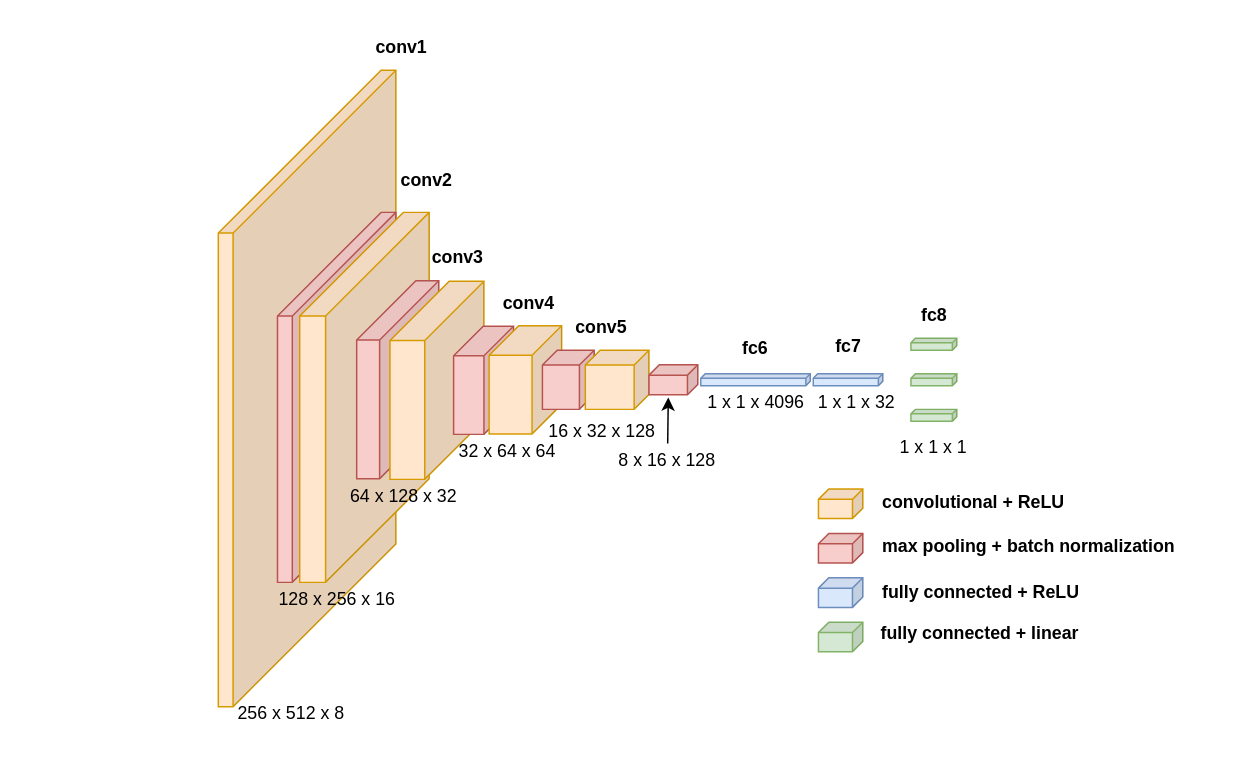
Before: vgg16_xml.drawio in ShuaiMeng0601/Neural-Network-Architecture-Diagrams, a draw.io diagram. Source tidied: cells renumbered, new cells numbered last; positions are measured from the earlier drawing's top-left corner, leaving out a move shared by most shapes. Both pictures are drawn from the tidied source at 148%, with x=0, y=0 at pixel (218, 25).
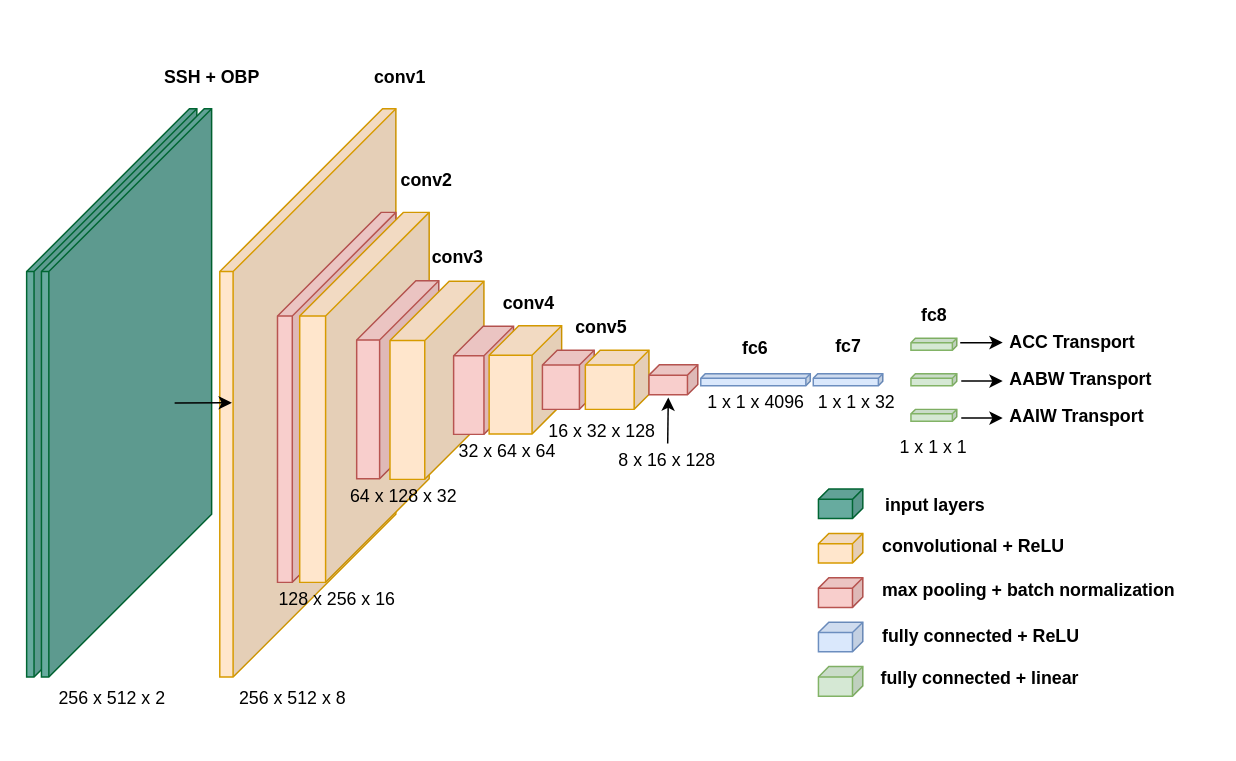
Above is the later version.

Change to the diagram source:
```diff
@@
     <mxCell id="2" style="shape=cube;whiteSpace=wrap;html=1;boundedLbl=1;backgroundOutline=1;darkOpacity=0.05;darkOpacity2=0.1;size=110;direction=east;flipH=1;fillColor=#ffe6cc;strokeColor=#d79b00;" parent="1" vertex="1">
-      <mxGeometry y="30" width="120" height="430" as="geometry" />
+      <mxGeometry x="1" y="56" width="119" height="384" as="geometry" />
     </mxCell>
@@
     <mxCell id="14" style="shape=cube;whiteSpace=wrap;html=1;boundedLbl=1;backgroundOutline=1;darkOpacity=0.05;darkOpacity2=0.1;size=7;direction=east;flipH=1;fillColor=#ffe6cc;strokeColor=#d79b00;" parent="1" vertex="1">
-      <mxGeometry x="405.5" y="312.9" width="30" height="20" as="geometry" />
+      <mxGeometry x="405.5" y="342.9" width="30" height="20" as="geometry" />
     </mxCell>
     <mxCell id="15" style="shape=cube;whiteSpace=wrap;html=1;boundedLbl=1;backgroundOutline=1;darkOpacity=0.05;darkOpacity2=0.1;size=7;direction=east;flipH=1;fillColor=#f8cecc;strokeColor=#b85450;" parent="1" vertex="1">
-      <mxGeometry x="405.5" y="342.9" width="30" height="20" as="geometry" />
+      <mxGeometry x="405.5" y="372.9" width="30" height="20" as="geometry" />
     </mxCell>
     <mxCell id="16" style="shape=cube;whiteSpace=wrap;html=1;boundedLbl=1;backgroundOutline=1;darkOpacity=0.05;darkOpacity2=0.1;size=7;direction=east;flipH=1;fillColor=#dae8fc;strokeColor=#6c8ebf;" parent="1" vertex="1">
-      <mxGeometry x="405.5" y="372.9" width="30" height="20" as="geometry" />
+      <mxGeometry x="405.5" y="402.9" width="30" height="20" as="geometry" />
     </mxCell>
@@
     <mxCell id="18" style="shape=cube;whiteSpace=wrap;html=1;boundedLbl=1;backgroundOutline=1;darkOpacity=0.05;darkOpacity2=0.1;size=7;direction=east;flipH=1;fillColor=#d5e8d4;strokeColor=#82b366;" parent="1" vertex="1">
-      <mxGeometry x="405.5" y="402.9" width="30" height="20" as="geometry" />
+      <mxGeometry x="405.5" y="432.9" width="30" height="20" as="geometry" />
     </mxCell>
     <mxCell id="19" value="&lt;b&gt;conv1&lt;/b&gt;" style="text;html=1;strokeColor=none;fillColor=none;align=center;verticalAlign=middle;whiteSpace=wrap;rounded=0;" parent="1" vertex="1">
-      <mxGeometry x="104" width="40" height="30" as="geometry" />
+      <mxGeometry x="102.5" y="20" width="40" height="30" as="geometry" />
     </mxCell>
@@
     <mxCell id="27" value="256 x 512 x 8" style="text;html=1;strokeColor=none;fillColor=none;align=center;verticalAlign=middle;whiteSpace=wrap;rounded=0;" parent="1" vertex="1">
-      <mxGeometry y="450" width="99" height="30" as="geometry" />
+      <mxGeometry x="1" y="440" width="99" height="30" as="geometry" />
     </mxCell>
@@
     <mxCell id="35" value="convolutional + ReLU" style="text;html=1;strokeColor=none;fillColor=none;align=left;verticalAlign=middle;whiteSpace=wrap;rounded=0;fontStyle=1;" parent="1" vertex="1">
-      <mxGeometry x="446.5" y="310" width="138" height="23.9" as="geometry" />
+      <mxGeometry x="446.5" y="340" width="138" height="23.9" as="geometry" />
     </mxCell>
     <mxCell id="36" value="max pooling + batch normalization" style="text;html=1;strokeColor=none;fillColor=none;align=left;verticalAlign=middle;whiteSpace=wrap;rounded=0;fontStyle=1;" parent="1" vertex="1">
-      <mxGeometry x="446.5" y="340" width="216" height="23.9" as="geometry" />
+      <mxGeometry x="446.5" y="370" width="216" height="23.9" as="geometry" />
     </mxCell>
     <mxCell id="37" value="fully connected + ReLU" style="text;html=1;strokeColor=none;fillColor=none;align=left;verticalAlign=middle;whiteSpace=wrap;rounded=0;fontStyle=1;" parent="1" vertex="1">
-      <mxGeometry x="446.5" y="371.1" width="138" height="23.9" as="geometry" />
+      <mxGeometry x="446.5" y="401.1" width="138" height="23.9" as="geometry" />
     </mxCell>
     <mxCell id="38" value="fully connected + linear" style="text;html=1;strokeColor=none;fillColor=none;align=left;verticalAlign=middle;whiteSpace=wrap;rounded=0;fontStyle=1;" parent="1" vertex="1">
-      <mxGeometry x="445.5" y="399.1" width="138" height="23.9" as="geometry" />
+      <mxGeometry x="445.5" y="429.1" width="138" height="23.9" as="geometry" />
     </mxCell>
@@
+    <mxCell id="43" style="shape=cube;whiteSpace=wrap;html=1;boundedLbl=1;backgroundOutline=1;darkOpacity=0.05;darkOpacity2=0.1;size=110;direction=east;flipH=1;fillColor=#67AB9F;strokeColor=#006633;" parent="1" vertex="1">
+      <mxGeometry x="-129.5" y="56" width="115" height="384" as="geometry" />
+    </mxCell>
+    <mxCell id="44" style="shape=cube;whiteSpace=wrap;html=1;boundedLbl=1;backgroundOutline=1;darkOpacity=0.05;darkOpacity2=0.1;size=110;direction=east;flipH=1;fillColor=#67AB9F;strokeColor=#006633;" parent="1" vertex="1">
+      <mxGeometry x="-119.5" y="56" width="115" height="384" as="geometry" />
+    </mxCell>
+    <mxCell id="45" style="endArrow=classic;html=1;" parent="1" edge="1">
+      <mxGeometry relative="1" as="geometry">
+        <mxPoint x="501.3" y="214.1" as="sourcePoint" />
+        <mxPoint x="530" y="214" as="targetPoint" />
+      </mxGeometry>
+    </mxCell>
+    <mxCell id="46" style="endArrow=classic;html=1;" parent="1" edge="1">
+      <mxGeometry relative="1" as="geometry">
+        <mxPoint x="502" y="240" as="sourcePoint" />
+        <mxPoint x="530" y="240" as="targetPoint" />
+      </mxGeometry>
+    </mxCell>
+    <mxCell id="47" style="endArrow=classic;html=1;" parent="1" edge="1">
+      <mxGeometry relative="1" as="geometry">
+        <mxPoint x="502" y="265" as="sourcePoint" />
+        <mxPoint x="530" y="265" as="targetPoint" />
+      </mxGeometry>
+    </mxCell>
+    <mxCell id="48" style="endArrow=classic;html=1;" parent="1" edge="1">
+      <mxGeometry relative="1" as="geometry">
+        <mxPoint x="-29.5" y="254.8" as="sourcePoint" />
+        <mxPoint x="9.2" y="254.6" as="targetPoint" />
+      </mxGeometry>
+    </mxCell>
+    <mxCell id="49" style="shape=cube;whiteSpace=wrap;html=1;boundedLbl=1;backgroundOutline=1;darkOpacity=0.05;darkOpacity2=0.1;size=7;direction=east;flipH=1;fillColor=#67AB9F;strokeColor=#006633;" parent="1" vertex="1">
+      <mxGeometry x="405.5" y="312.9" width="30" height="20" as="geometry" />
+    </mxCell>
+    <mxCell id="50" value="input layers" style="text;html=1;strokeColor=none;fillColor=none;align=left;verticalAlign=middle;whiteSpace=wrap;rounded=0;fontStyle=1;" parent="1" vertex="1">
+      <mxGeometry x="449" y="312" width="138" height="23.9" as="geometry" />
+    </mxCell>
+    <mxCell id="51" value="256 x 512 x 2" style="text;html=1;strokeColor=none;fillColor=none;align=center;verticalAlign=middle;whiteSpace=wrap;rounded=0;" parent="1" vertex="1">
+      <mxGeometry x="-121.5" y="440" width="99" height="30" as="geometry" />
+    </mxCell>
+    <mxCell id="52" value="&lt;b&gt;SSH + OBP&lt;/b&gt;" style="text;html=1;strokeColor=none;fillColor=none;align=center;verticalAlign=middle;whiteSpace=wrap;rounded=0;" parent="1" vertex="1">
+      <mxGeometry x="-39.5" y="20" width="70" height="30" as="geometry" />
+    </mxCell>
+    <mxCell id="53" value="ACC Transport" style="text;html=1;strokeColor=none;fillColor=none;align=left;verticalAlign=middle;whiteSpace=wrap;rounded=0;fontStyle=1;" parent="1" vertex="1">
+      <mxGeometry x="533" y="202" width="138" height="23.9" as="geometry" />
+    </mxCell>
+    <mxCell id="54" value="AABW Transport" style="text;html=1;strokeColor=none;fillColor=none;align=left;verticalAlign=middle;whiteSpace=wrap;rounded=0;fontStyle=1;" parent="1" vertex="1">
+      <mxGeometry x="533" y="227.2" width="138" height="23.9" as="geometry" />
+    </mxCell>
+    <mxCell id="55" value="AAIW Transport" style="text;html=1;strokeColor=none;fillColor=none;align=left;verticalAlign=middle;whiteSpace=wrap;rounded=0;fontStyle=1;" parent="1" vertex="1">
+      <mxGeometry x="533" y="252.1" width="138" height="23.9" as="geometry" />
+    </mxCell>
```
